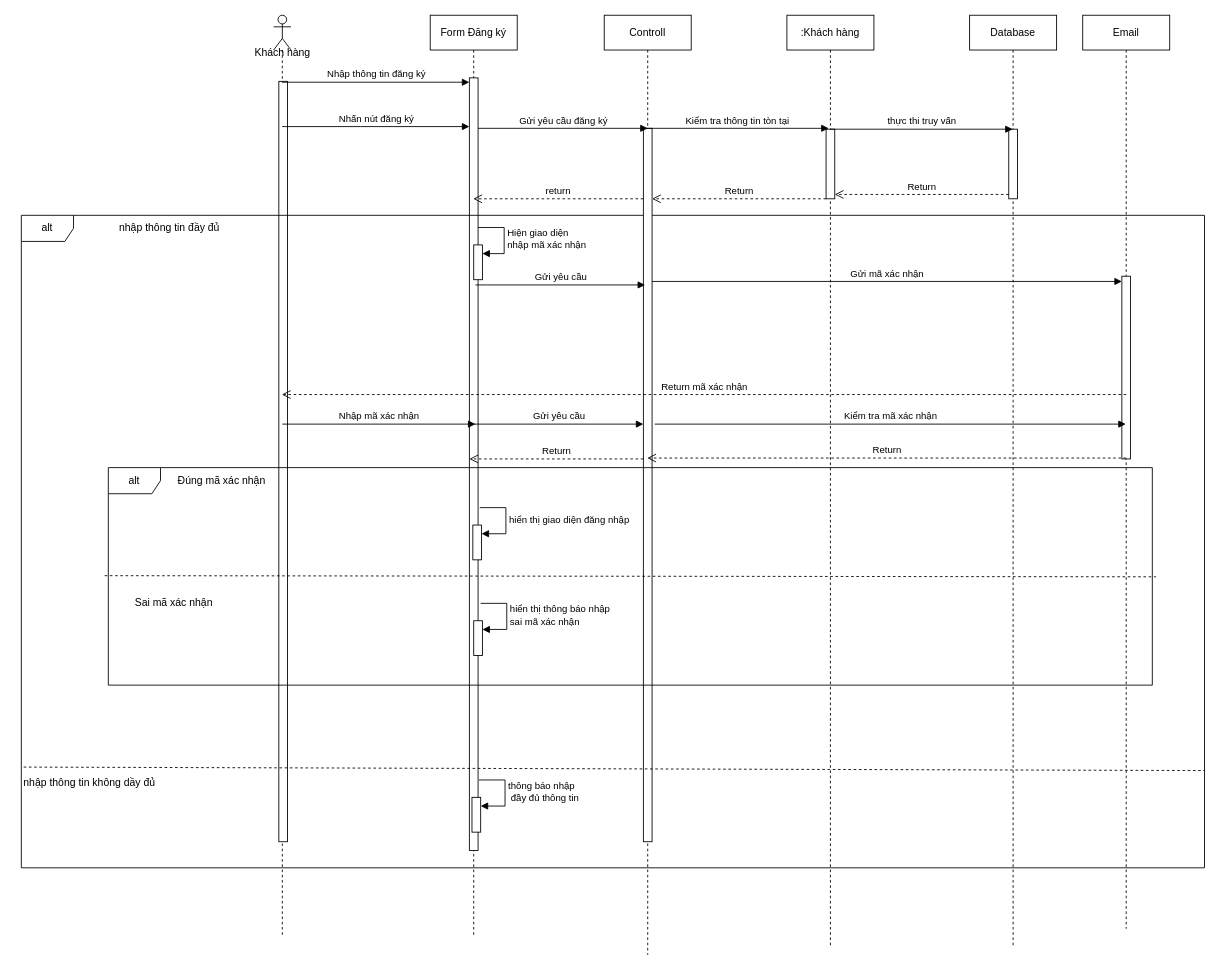
Before: User/Sequence/dangky.drawio in dmn-05/PTTK-HTTT, a draw.io diagram. Source tidied: cells renumbered, new cells numbered last; positions are measured from the earlier drawing's top-left corner, leaving out a move shared by most shapes. Both pictures are drawn from the tidied source at 87%, with x=0, y=0 at pixel (15, 15).
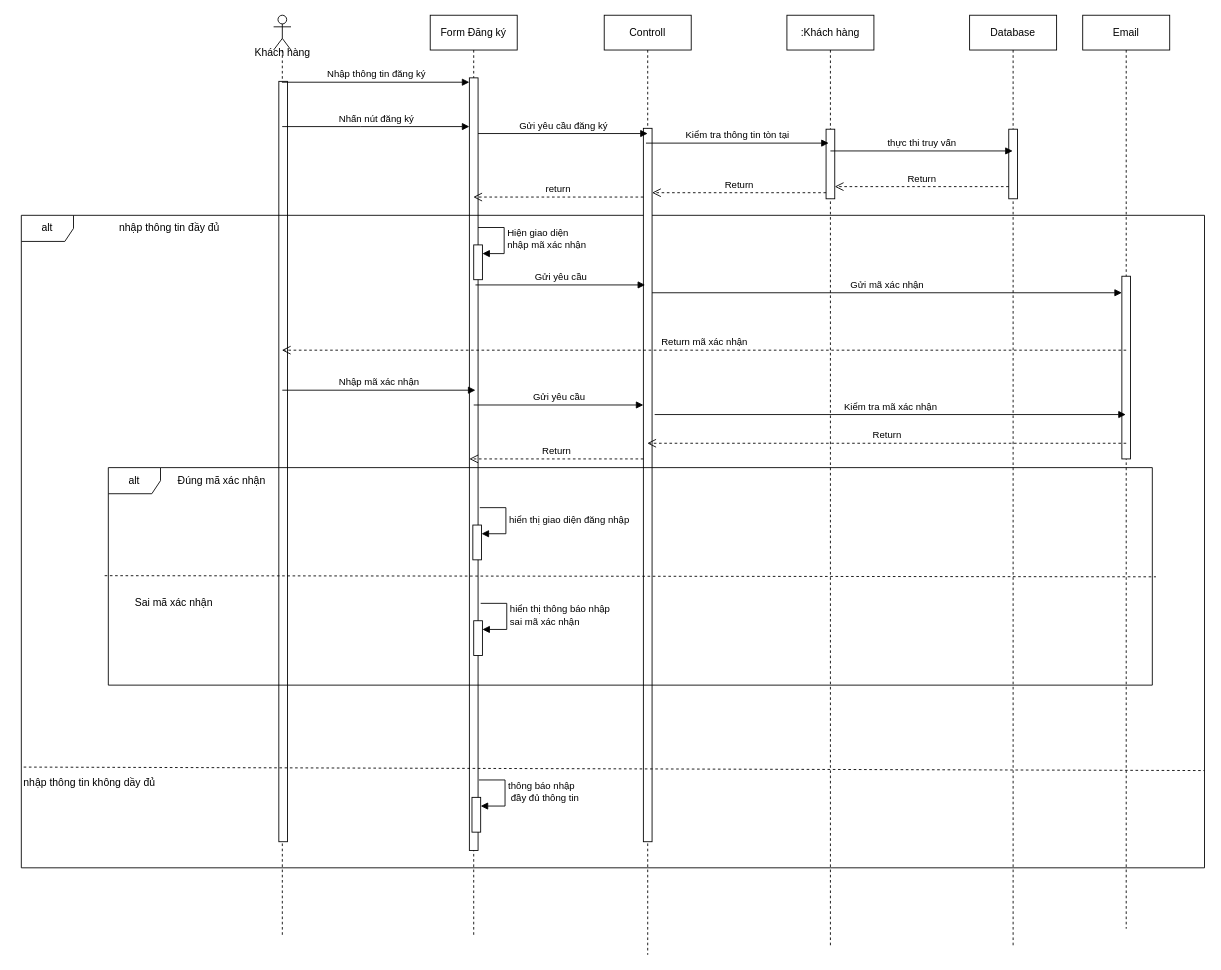
The same page after the edit.

The change refers to these unchanged cells:
```xml
<mxCell id="4" value="Controll" style="shape=umlLifeline;perimeter=lifelinePerimeter;whiteSpace=wrap;html=1;outlineConnect=0;portConstraint=eastwest;newEdgeStyle={&quot;curved&quot;:0,&quot;rounded&quot;:0};" parent="1" vertex="1">
  <mxGeometry x="677" width="100" height="1080" as="geometry" />
</mxCell>
<mxCell id="6" style="html=1;points=[[0,0,0,0,5],[0,1,0,0,-5],[1,0,0,0,5],[1,1,0,0,-5]];perimeter=orthogonalPerimeter;outlineConnect=0;targetShapes=umlLifeline;portConstraint=eastwest;newEdgeStyle={&quot;curved&quot;:0,&quot;rounded&quot;:0};" parent="5" vertex="1">
  <mxGeometry x="45" y="131" width="10" height="80" as="geometry" />
</mxCell>
<mxCell id="7" value="Database" style="shape=umlLifeline;perimeter=lifelinePerimeter;whiteSpace=wrap;html=1;outlineConnect=0;portConstraint=eastwest;newEdgeStyle={&quot;curved&quot;:0,&quot;rounded&quot;:0};" parent="1" vertex="1">
  <mxGeometry x="1097" width="100" height="1070" as="geometry" />
</mxCell>
<mxCell id="24" value="Email" style="shape=umlLifeline;perimeter=lifelinePerimeter;whiteSpace=wrap;html=1;outlineConnect=0;portConstraint=eastwest;newEdgeStyle={&quot;curved&quot;:0,&quot;rounded&quot;:0};" parent="1" vertex="1">
  <mxGeometry x="1227" width="100" height="1050" as="geometry" />
</mxCell>
```

Change to the diagram source:
```diff
@@
     <mxCell id="16" value="Gửi yêu cầu đăng ký" style="html=1;verticalAlign=bottom;endArrow=block;curved=0;rounded=0;entryX=0;entryY=0;entryDx=0;entryDy=5;entryPerimeter=0;" parent="1" edge="1">
       <mxGeometry relative="1" as="geometry">
-        <mxPoint x="532" y="130" as="sourcePoint" />
-        <mxPoint x="727" y="130" as="targetPoint" />
+        <mxPoint x="532" y="136" as="sourcePoint" />
+        <mxPoint x="727" y="136" as="targetPoint" />
       </mxGeometry>
     </mxCell>
     <mxCell id="17" value="Kiểm tra thông tin tòn tại" style="html=1;verticalAlign=bottom;endArrow=block;curved=0;rounded=0;entryX=0;entryY=0;entryDx=0;entryDy=5;entryPerimeter=0;" parent="1" edge="1">
       <mxGeometry relative="1" as="geometry">
-        <mxPoint x="725" y="130" as="sourcePoint" />
-        <mxPoint x="935" y="130" as="targetPoint" />
+        <mxPoint x="725" y="147" as="sourcePoint" />
+        <mxPoint x="935" y="147" as="targetPoint" />
       </mxGeometry>
     </mxCell>
@@
-    <mxCell id="19" value="thực thi truy vấn" style="html=1;verticalAlign=bottom;endArrow=block;curved=0;rounded=0;" parent="1" edge="1" target="7">
+    <mxCell id="19" value="thực thi truy vấn" style="html=1;verticalAlign=bottom;endArrow=block;curved=0;rounded=0;" parent="1" edge="1">
       <mxGeometry relative="1" as="geometry">
-        <mxPoint x="937" y="131" as="sourcePoint" />
+        <mxPoint x="937" y="156" as="sourcePoint" />
+        <mxPoint x="1146.5" y="156" as="targetPoint" />
       </mxGeometry>
     </mxCell>
-    <mxCell id="20" value="Return" style="html=1;verticalAlign=bottom;endArrow=open;dashed=1;endSize=8;curved=0;rounded=0;entryX=1;entryY=1;entryDx=0;entryDy=-5;entryPerimeter=0;" parent="1" edge="1" target="6">
+    <mxCell id="20" value="Return" style="html=1;verticalAlign=bottom;endArrow=open;dashed=1;endSize=8;curved=0;rounded=0;entryX=1;entryY=1;entryDx=0;entryDy=-5;entryPerimeter=0;" parent="1" edge="1">
       <mxGeometry relative="1" as="geometry">
-        <mxPoint x="1142" y="206" as="sourcePoint" />
+        <mxPoint x="1142" y="197" as="sourcePoint" />
+        <mxPoint x="942" y="197" as="targetPoint" />
       </mxGeometry>
     </mxCell>
     <mxCell id="21" value="Return" style="html=1;verticalAlign=bottom;endArrow=open;dashed=1;endSize=8;curved=0;rounded=0;entryX=1;entryY=1;entryDx=0;entryDy=-5;entryPerimeter=0;" parent="1" edge="1">
       <mxGeometry relative="1" as="geometry">
-        <mxPoint x="932" y="211" as="sourcePoint" />
-        <mxPoint x="732" y="211" as="targetPoint" />
+        <mxPoint x="932" y="204" as="sourcePoint" />
+        <mxPoint x="732" y="204" as="targetPoint" />
       </mxGeometry>
     </mxCell>
@@
     <mxCell id="23" value="return" style="html=1;verticalAlign=bottom;endArrow=open;dashed=1;endSize=8;curved=0;rounded=0;" parent="1" edge="1">
       <mxGeometry relative="1" as="geometry">
-        <mxPoint x="722" y="211" as="sourcePoint" />
-        <mxPoint x="526.5" y="211" as="targetPoint" />
+        <mxPoint x="722" y="209" as="sourcePoint" />
+        <mxPoint x="526.5" y="209" as="targetPoint" />
       </mxGeometry>
     </mxCell>
@@
     <mxCell id="26" value="Gửi mã xác nhận" style="html=1;verticalAlign=bottom;endArrow=block;curved=0;rounded=0;" parent="1" edge="1">
       <mxGeometry relative="1" as="geometry">
-        <mxPoint x="732" y="306" as="sourcePoint" />
-        <mxPoint x="1272" y="306" as="targetPoint" />
+        <mxPoint x="732" y="319" as="sourcePoint" />
+        <mxPoint x="1272" y="319" as="targetPoint" />
       </mxGeometry>
     </mxCell>
     <mxCell id="27" value="Return mã xác nhận" style="html=1;verticalAlign=bottom;endArrow=open;dashed=1;endSize=8;curved=0;rounded=0;" parent="1" edge="1">
       <mxGeometry relative="1" as="geometry">
-        <mxPoint x="1277" y="436" as="sourcePoint" />
-        <mxPoint x="306.5" y="436" as="targetPoint" />
+        <mxPoint x="1277" y="385" as="sourcePoint" />
+        <mxPoint x="306.5" y="385" as="targetPoint" />
       </mxGeometry>
     </mxCell>
     <mxCell id="28" value="Nhập mã xác nhận" style="html=1;verticalAlign=bottom;endArrow=block;curved=0;rounded=0;" parent="1" edge="1">
       <mxGeometry relative="1" as="geometry">
-        <mxPoint x="307" y="470" as="sourcePoint" />
-        <mxPoint x="529" y="470" as="targetPoint" />
+        <mxPoint x="307" y="431" as="sourcePoint" />
+        <mxPoint x="529" y="431" as="targetPoint" />
       </mxGeometry>
     </mxCell>
@@
     <mxCell id="40" value="Gửi yêu cầu" style="html=1;verticalAlign=bottom;endArrow=block;curved=0;rounded=0;entryX=0;entryY=0;entryDx=0;entryDy=5;entryPerimeter=0;" parent="1" edge="1">
       <mxGeometry relative="1" as="geometry">
-        <mxPoint x="527" y="470" as="sourcePoint" />
-        <mxPoint x="722" y="470" as="targetPoint" />
+        <mxPoint x="527" y="448" as="sourcePoint" />
+        <mxPoint x="722" y="448" as="targetPoint" />
       </mxGeometry>
     </mxCell>
-    <mxCell id="41" value="Kiểm tra mã xác nhận" style="html=1;verticalAlign=bottom;endArrow=block;curved=0;rounded=0;" parent="1" edge="1" target="24">
+    <mxCell id="41" value="Kiểm tra mã xác nhận" style="html=1;verticalAlign=bottom;endArrow=block;curved=0;rounded=0;" parent="1" edge="1">
       <mxGeometry relative="1" as="geometry">
-        <mxPoint x="735" y="470" as="sourcePoint" />
+        <mxPoint x="735" y="459" as="sourcePoint" />
+        <mxPoint x="1276.5" y="459" as="targetPoint" />
       </mxGeometry>
     </mxCell>
@@
-    <mxCell id="43" value="Return" style="html=1;verticalAlign=bottom;endArrow=open;dashed=1;endSize=8;curved=0;rounded=0;" parent="1" edge="1" target="4">
+    <mxCell id="43" value="Return" style="html=1;verticalAlign=bottom;endArrow=open;dashed=1;endSize=8;curved=0;rounded=0;" parent="1" edge="1">
       <mxGeometry relative="1" as="geometry">
-        <mxPoint x="1277" y="509" as="sourcePoint" />
+        <mxPoint x="1277" y="492" as="sourcePoint" />
+        <mxPoint x="726.5" y="492" as="targetPoint" />
       </mxGeometry>
     </mxCell>
```
